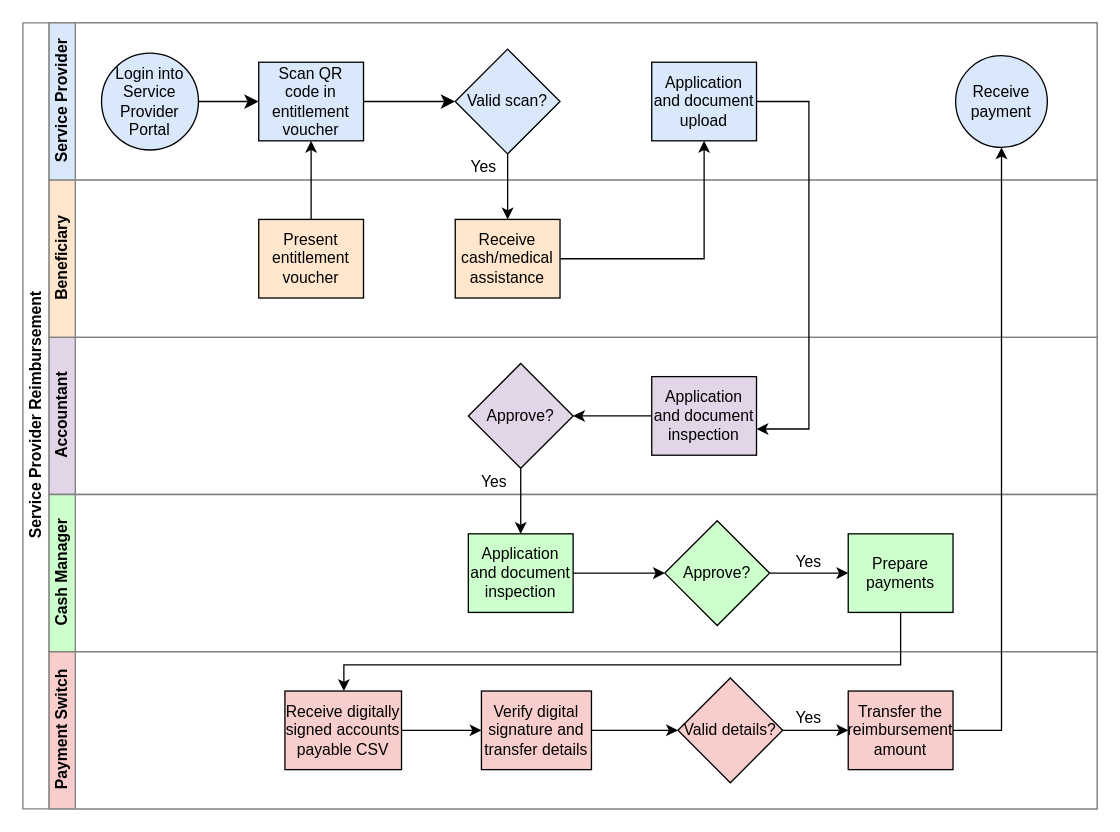
This is .gitbook/assets/service-provider-reimbursement.drawio from OpenG2P/openg2p-documentation, a draw.io file, before an edit. Source tidied: cells renumbered, new cells numbered last; positions are measured from the earlier drawing's top-left corner, leaving out a move shared by most shapes. Both pictures are drawn from the tidied source at 131%, with x=0, y=0 at pixel (22, 22).
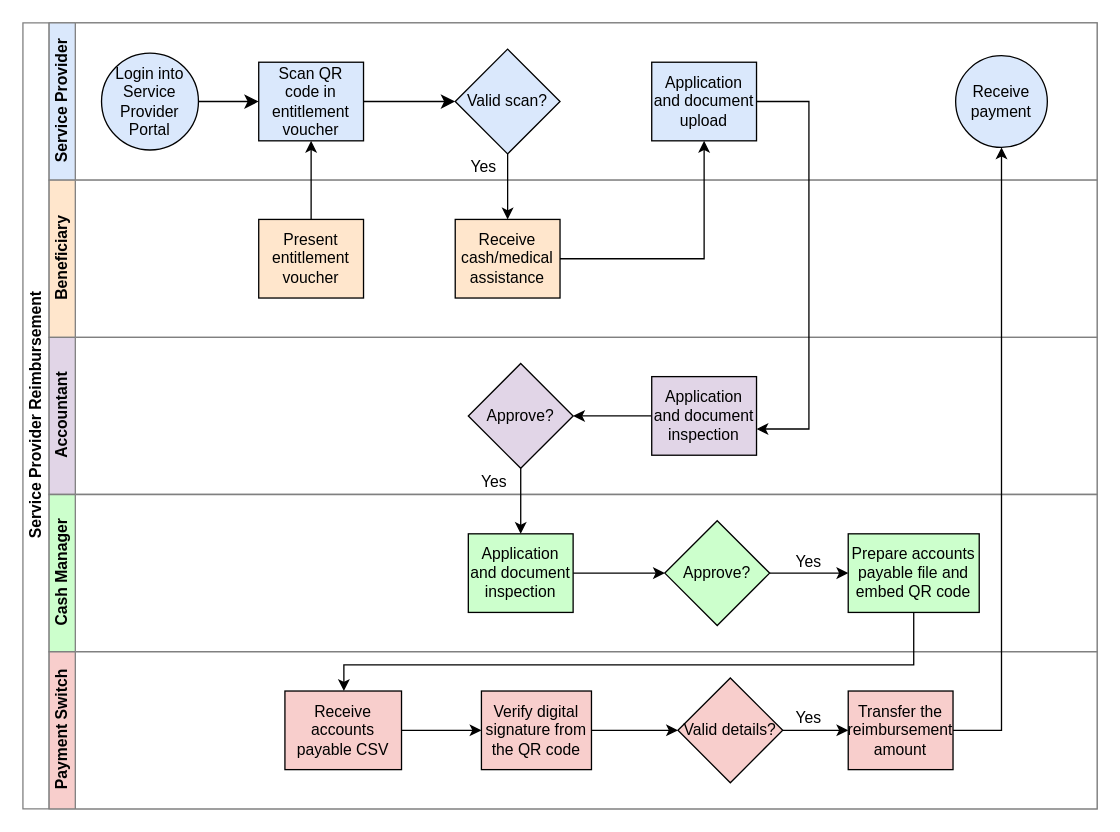
After the change.

The change refers to these unchanged cells:
```xml
<mxCell id="4" style="group;" parent="1" vertex="1">
  <mxGeometry width="820" height="600" as="geometry" />
</mxCell>
<mxCell id="19" value="Cash Manager" style="swimlane;html=1;startSize=20;horizontal=0;swimlaneFillColor=#FFFFFF;fillColor=#CCFFCC;strokeColor=#808080;" parent="4" vertex="1">
  <mxGeometry x="20" y="360" width="800" height="120" as="geometry" />
</mxCell>
<mxCell id="26" value="Payment Switch" style="swimlane;html=1;startSize=20;horizontal=0;fillColor=#F8CECC;swimlaneFillColor=#FFFFFF;strokeColor=#808080;" parent="4" vertex="1">
  <mxGeometry x="20" y="480" width="800" height="120" as="geometry" />
</mxCell>
```

What changed in the source:
```diff
@@
-    <mxCell id="25" value="Prepare payments" style="rounded=0;whiteSpace=wrap;html=1;fontFamily=Helvetica;fontSize=12;fontColor=#000000;align=center;fillColor=#CCFFCC;" parent="19" vertex="1">
-      <mxGeometry x="610" y="30" width="80" height="60" as="geometry" />
+    <mxCell id="25" value="Prepare accounts payable file and embed QR code" style="rounded=0;whiteSpace=wrap;html=1;fontFamily=Helvetica;fontSize=12;fontColor=#000000;align=center;fillColor=#CCFFCC;" parent="19" vertex="1">
+      <mxGeometry x="610" y="30" width="100" height="60" as="geometry" />
     </mxCell>
@@
-    <mxCell id="29" value="Receive digitally signed accounts payable CSV" style="rounded=0;whiteSpace=wrap;html=1;fontFamily=Helvetica;fontSize=12;fontColor=#000000;align=center;fillColor=#F8CECC;" parent="26" vertex="1">
+    <mxCell id="29" value="Receive accounts payable CSV" style="rounded=0;whiteSpace=wrap;html=1;fontFamily=Helvetica;fontSize=12;fontColor=#000000;align=center;fillColor=#F8CECC;" parent="26" vertex="1">
       <mxGeometry x="180" y="30" width="89" height="60" as="geometry" />
     </mxCell>
@@
-    <mxCell id="31" value="Verify digital signature and transfer details" style="rounded=0;whiteSpace=wrap;html=1;fontFamily=Helvetica;fontSize=12;fontColor=#000000;align=center;fillColor=#F8CECC;" parent="26" vertex="1">
+    <mxCell id="31" value="Verify digital signature from the QR code" style="rounded=0;whiteSpace=wrap;html=1;fontFamily=Helvetica;fontSize=12;fontColor=#000000;align=center;fillColor=#F8CECC;" parent="26" vertex="1">
       <mxGeometry x="330" y="30" width="84" height="60" as="geometry" />
     </mxCell>
@@
     <mxCell id="41" style="edgeStyle=orthogonalEdgeStyle;rounded=0;jettySize=auto;html=1;exitX=0.5;exitY=1;exitDx=0;exitDy=0;" parent="4" edge="1" source="25" target="29">
       <mxGeometry relative="1" as="geometry">
         <Array as="points">
-          <mxPoint x="670" y="490" />
+          <mxPoint x="680" y="490" />
           <mxPoint x="245" y="490" />
         </Array>
       </mxGeometry>
     </mxCell>
```
